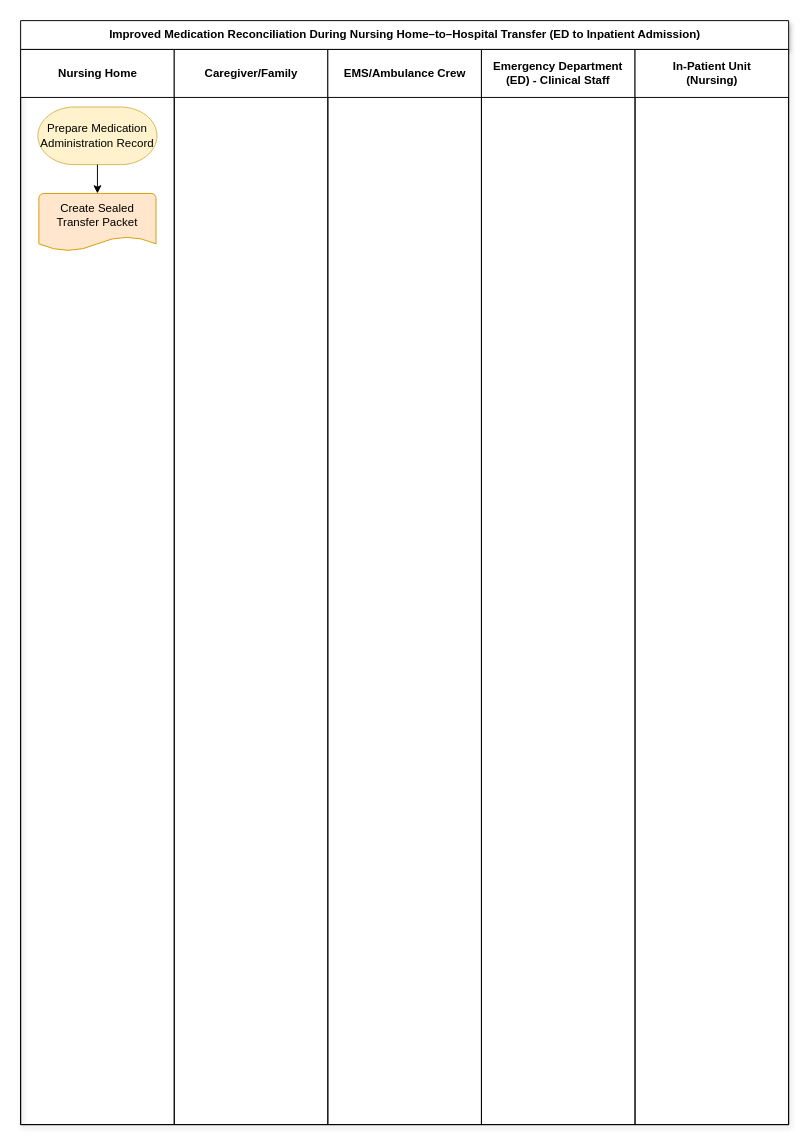
This is Improved Process Chart.drawio from melmirasol/Case-Problem-6.2, a draw.io file, before an edit. Source tidied: cells renumbered, new cells numbered last; positions are measured from the earlier drawing's top-left corner, leaving out a move shared by most shapes. Both pictures are drawn from the tidied source at 96%, with x=0, y=0 at pixel (20, 20).
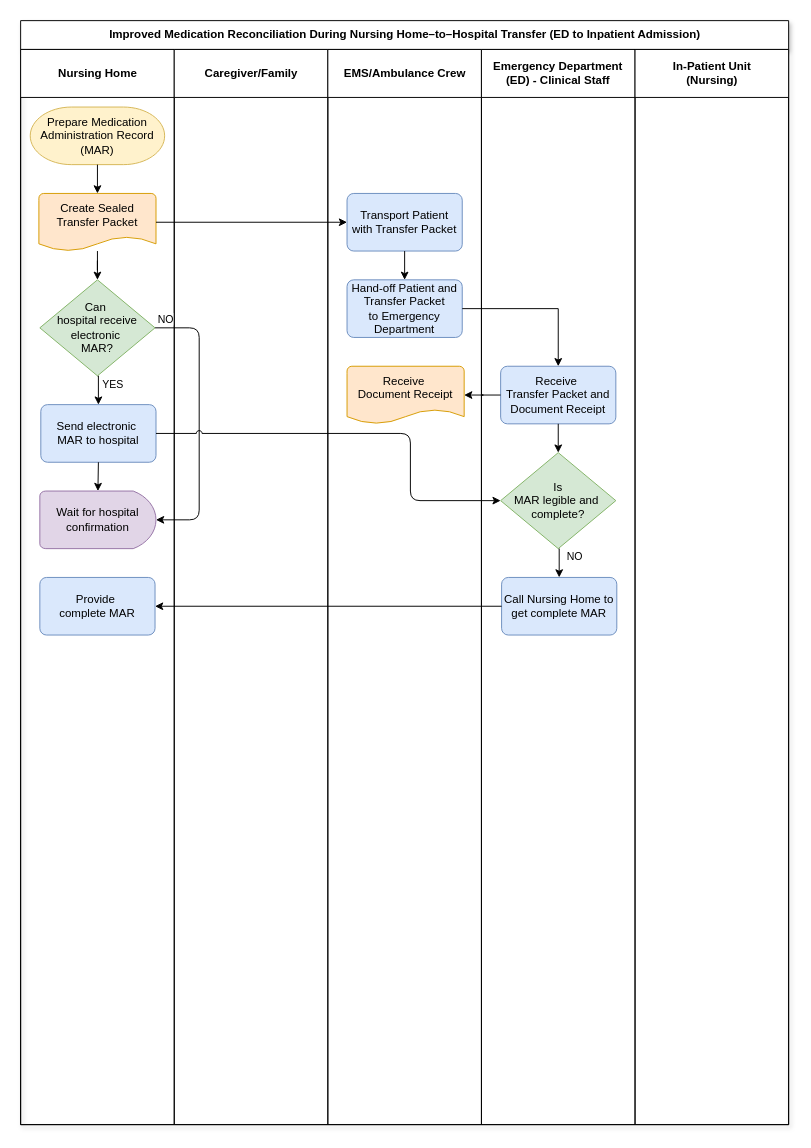
The same page after the edit.

The change refers to these unchanged cells:
```xml
<mxCell id="2" value="Improved Medication Reconciliation During Nursing Home–to–Hospital Transfer (ED to Inpatient Admission)" style="swimlane;startSize=30;html=1;shadow=1;" parent="1" vertex="1">
  <mxGeometry width="800" height="1150" as="geometry" />
</mxCell>
<mxCell id="3" value="Nursing Home" style="swimlane;startSize=50;html=1;" parent="2" vertex="1">
  <mxGeometry y="30" width="160" height="1120" as="geometry" />
</mxCell>
<mxCell id="5" value="Create Sealed Transfer Packet&lt;div&gt;&lt;br&gt;&lt;/div&gt;" style="strokeWidth=1;html=1;shape=mxgraph.flowchart.document2;whiteSpace=wrap;size=0.25;fillColor=#ffe6cc;strokeColor=#d79b00;" parent="3" vertex="1">
  <mxGeometry x="19" y="150" width="122" height="60" as="geometry" />
</mxCell>
<mxCell id="8" value="EMS/Ambulance Crew" style="swimlane;startSize=50;html=1;" parent="2" vertex="1">
  <mxGeometry x="320" y="30" width="160" height="1120" as="geometry" />
</mxCell>
<mxCell id="9" value="Emergency Department (ED) -&amp;nbsp;&lt;span style=&quot;background-color: transparent; color: light-dark(rgb(0, 0, 0), rgb(255, 255, 255));&quot;&gt;Clinical&amp;nbsp;Staff&lt;/span&gt;" style="swimlane;startSize=50;html=1;whiteSpace=wrap;" parent="2" vertex="1">
  <mxGeometry x="480" y="30" width="160" height="1120" as="geometry" />
</mxCell>
```

What changed in the source:
```diff
@@
-    <mxCell id="4" value="Prepare&amp;nbsp;&lt;span style=&quot;background-color: transparent; color: light-dark(rgb(0, 0, 0), rgb(255, 255, 255));&quot;&gt;Medication Administration&amp;nbsp;&lt;/span&gt;&lt;span style=&quot;background-color: transparent; color: light-dark(rgb(0, 0, 0), rgb(255, 255, 255));&quot;&gt;Record&lt;/span&gt;" style="strokeWidth=1;html=1;shape=mxgraph.flowchart.terminator;whiteSpace=wrap;fillColor=#fff2cc;strokeColor=#d6b656;" parent="3" vertex="1">
-      <mxGeometry x="18" y="60" width="124" height="60" as="geometry" />
+    <mxCell id="4" value="Prepare Medication&lt;div&gt;Administration Record&lt;/div&gt;&lt;div&gt;(MAR)&lt;/div&gt;" style="strokeWidth=1;html=1;shape=mxgraph.flowchart.terminator;whiteSpace=wrap;fillColor=#fff2cc;strokeColor=#d6b656;" parent="3" vertex="1">
+      <mxGeometry x="10" y="60" width="140" height="60" as="geometry" />
     </mxCell>
+    <mxCell id="11" style="edgeStyle=orthogonalEdgeStyle;rounded=0;jettySize=auto;html=1;entryX=0.5;entryY=0;entryDx=0;entryDy=0;entryPerimeter=0;" parent="3" edge="1" source="5" target="14">
+      <mxGeometry relative="1" as="geometry" />
+    </mxCell>
@@
+    <mxCell id="12" style="edgeStyle=orthogonalEdgeStyle;rounded=0;jettySize=auto;html=1;exitX=0.5;exitY=1;exitDx=0;exitDy=0;exitPerimeter=0;entryX=0.5;entryY=0;entryDx=0;entryDy=0;" parent="3" edge="1" source="14" target="15">
+      <mxGeometry relative="1" as="geometry" />
+    </mxCell>
+    <mxCell id="13" value="YES" style="edgeLabel;html=1;align=center;verticalAlign=middle;" parent="12" vertex="1">
+      <mxGeometry x="-0.44" y="-1" relative="1" as="geometry">
+        <mxPoint x="15" as="offset" />
+      </mxGeometry>
+    </mxCell>
+    <mxCell id="14" value="Can&amp;nbsp;&lt;div&gt;hospital receive electronic&amp;nbsp;&lt;/div&gt;&lt;div&gt;MAR?&lt;/div&gt;" style="strokeWidth=1;html=1;shape=mxgraph.flowchart.decision;whiteSpace=wrap;fillColor=#d5e8d4;strokeColor=#82b366;" parent="3" vertex="1">
+      <mxGeometry x="20" y="240" width="120" height="100" as="geometry" />
+    </mxCell>
+    <mxCell id="15" value="Send electronic&amp;nbsp;&lt;div&gt;MAR&amp;nbsp;&lt;span style=&quot;background-color: transparent; color: light-dark(rgb(0, 0, 0), rgb(255, 255, 255));&quot;&gt;to hospital&lt;/span&gt;&lt;/div&gt;" style="rounded=1;whiteSpace=wrap;html=1;absoluteArcSize=1;arcSize=14;strokeWidth=1;fillColor=#dae8fc;strokeColor=#6c8ebf;" parent="3" vertex="1">
+      <mxGeometry x="21" y="370" width="120" height="60" as="geometry" />
+    </mxCell>
+    <mxCell id="16" value="Wait for hospital confirmation" style="strokeWidth=1;html=1;shape=mxgraph.flowchart.delay;whiteSpace=wrap;fillColor=#e1d5e7;strokeColor=#9673a6;" parent="3" vertex="1">
+      <mxGeometry x="20" y="460" width="121" height="60" as="geometry" />
+    </mxCell>
+    <mxCell id="17" style="edgeStyle=orthogonalEdgeStyle;rounded=0;jettySize=auto;html=1;exitX=0.5;exitY=1;exitDx=0;exitDy=0;entryX=0.5;entryY=0;entryDx=0;entryDy=0;entryPerimeter=0;" parent="3" edge="1" source="15" target="16">
+      <mxGeometry relative="1" as="geometry" />
+    </mxCell>
+    <mxCell id="18" style="edgeStyle=orthogonalEdgeStyle;rounded=1;jettySize=auto;html=1;exitX=1;exitY=0.5;exitDx=0;exitDy=0;exitPerimeter=0;entryX=1;entryY=0.5;entryDx=0;entryDy=0;entryPerimeter=0;curved=0;" parent="3" edge="1" source="14" target="16">
+      <mxGeometry relative="1" as="geometry">
+        <Array as="points">
+          <mxPoint x="186" y="290" />
+          <mxPoint x="186" y="490" />
+        </Array>
+      </mxGeometry>
+    </mxCell>
+    <mxCell id="19" value="NO" style="edgeLabel;html=1;align=center;verticalAlign=middle;" parent="18" vertex="1">
+      <mxGeometry x="-0.82" y="-2" relative="1" as="geometry">
+        <mxPoint x="-16" y="-12" as="offset" />
+      </mxGeometry>
+    </mxCell>
+    <mxCell id="20" value="Provide&amp;nbsp;&lt;div&gt;complete MAR&lt;/div&gt;" style="rounded=1;whiteSpace=wrap;html=1;absoluteArcSize=1;arcSize=14;strokeWidth=1;fillColor=#dae8fc;strokeColor=#6c8ebf;" parent="3" vertex="1">
+      <mxGeometry x="20" y="550" width="120" height="60" as="geometry" />
+    </mxCell>
@@
+    <mxCell id="21" value="Transport Patient&lt;div&gt;with Transfer Packet&lt;/div&gt;" style="rounded=1;whiteSpace=wrap;html=1;absoluteArcSize=1;arcSize=14;strokeWidth=1;fillColor=#dae8fc;strokeColor=#6c8ebf;" parent="8" vertex="1">
+      <mxGeometry x="20" y="150" width="120" height="60" as="geometry" />
+    </mxCell>
+    <mxCell id="22" value="Hand-off Patient and Transfer Packet&lt;div&gt;to Emergency Department&lt;/div&gt;" style="rounded=1;whiteSpace=wrap;html=1;absoluteArcSize=1;arcSize=14;strokeWidth=1;fillColor=#dae8fc;strokeColor=#6c8ebf;" parent="8" vertex="1">
+      <mxGeometry x="20" y="240" width="120" height="60" as="geometry" />
+    </mxCell>
+    <mxCell id="23" style="edgeStyle=orthogonalEdgeStyle;rounded=0;jettySize=auto;html=1;exitX=0.5;exitY=1;exitDx=0;exitDy=0;entryX=0.5;entryY=0;entryDx=0;entryDy=0;" parent="8" edge="1" source="21" target="22">
+      <mxGeometry relative="1" as="geometry" />
+    </mxCell>
@@
+    <mxCell id="24" value="&lt;div&gt;&lt;span style=&quot;background-color: transparent; color: light-dark(rgb(0, 0, 0), rgb(255, 255, 255));&quot;&gt;Receive&amp;nbsp;&lt;/span&gt;&lt;/div&gt;&lt;div&gt;&lt;span style=&quot;background-color: transparent; color: light-dark(rgb(0, 0, 0), rgb(255, 255, 255));&quot;&gt;Document&amp;nbsp;&lt;/span&gt;&lt;span style=&quot;background-color: transparent; color: light-dark(rgb(0, 0, 0), rgb(255, 255, 255));&quot;&gt;Receipt&lt;/span&gt;&lt;/div&gt;&lt;div&gt;&lt;span style=&quot;color: light-dark(rgb(0, 0, 0), rgb(255, 255, 255)); background-color: transparent;&quot;&gt;&lt;br&gt;&lt;/span&gt;&lt;/div&gt;" style="strokeWidth=1;html=1;shape=mxgraph.flowchart.document2;whiteSpace=wrap;size=0.25;fillColor=#ffe6cc;strokeColor=#d79b00;" parent="9" vertex="1">
+      <mxGeometry x="-140" y="330" width="122" height="60" as="geometry" />
+    </mxCell>
+    <mxCell id="25" value="Receive&amp;nbsp;&lt;div&gt;&lt;span style=&quot;background-color: transparent; color: light-dark(rgb(0, 0, 0), rgb(255, 255, 255));&quot;&gt;Transfer Packet and Document Receipt&lt;/span&gt;&lt;/div&gt;" style="rounded=1;whiteSpace=wrap;html=1;absoluteArcSize=1;arcSize=14;strokeWidth=1;fillColor=#dae8fc;strokeColor=#6c8ebf;" parent="9" vertex="1">
+      <mxGeometry x="20" y="330" width="120" height="60" as="geometry" />
+    </mxCell>
+    <mxCell id="26" style="edgeStyle=orthogonalEdgeStyle;rounded=0;jettySize=auto;html=1;exitX=0.5;exitY=1;exitDx=0;exitDy=0;exitPerimeter=0;entryX=0.5;entryY=0;entryDx=0;entryDy=0;" parent="9" edge="1" source="28" target="30">
+      <mxGeometry relative="1" as="geometry" />
+    </mxCell>
+    <mxCell id="27" value="NO" style="edgeLabel;html=1;align=center;verticalAlign=middle;" parent="26" vertex="1">
+      <mxGeometry x="-0.48" y="-1" relative="1" as="geometry">
+        <mxPoint x="16" as="offset" />
+      </mxGeometry>
+    </mxCell>
+    <mxCell id="28" value="Is&lt;div&gt;MAR legible&amp;nbsp;&lt;span style=&quot;background-color: transparent; color: light-dark(rgb(0, 0, 0), rgb(255, 255, 255));&quot;&gt;and&amp;nbsp;&lt;/span&gt;&lt;/div&gt;&lt;div&gt;&lt;span style=&quot;background-color: transparent; color: light-dark(rgb(0, 0, 0), rgb(255, 255, 255));&quot;&gt;complete?&lt;/span&gt;&lt;/div&gt;" style="strokeWidth=1;html=1;shape=mxgraph.flowchart.decision;whiteSpace=wrap;fillColor=#d5e8d4;strokeColor=#82b366;" parent="9" vertex="1">
+      <mxGeometry x="20" y="420" width="120" height="100" as="geometry" />
+    </mxCell>
+    <mxCell id="29" style="edgeStyle=orthogonalEdgeStyle;rounded=0;jettySize=auto;html=1;exitX=0.5;exitY=1;exitDx=0;exitDy=0;entryX=0.5;entryY=0;entryDx=0;entryDy=0;entryPerimeter=0;" parent="9" edge="1" source="25" target="28">
+      <mxGeometry relative="1" as="geometry" />
+    </mxCell>
+    <mxCell id="30" value="Call Nursing Home to get complete MAR" style="rounded=1;whiteSpace=wrap;html=1;absoluteArcSize=1;arcSize=14;strokeWidth=1;fillColor=#dae8fc;strokeColor=#6c8ebf;" parent="9" vertex="1">
+      <mxGeometry x="21" y="550" width="120" height="60" as="geometry" />
+    </mxCell>
+    <mxCell id="31" style="edgeStyle=orthogonalEdgeStyle;rounded=0;jettySize=auto;html=1;exitX=0;exitY=0.5;exitDx=0;exitDy=0;" parent="9" edge="1" source="25" target="24">
+      <mxGeometry relative="1" as="geometry" />
+    </mxCell>
@@
+    <mxCell id="32" style="edgeStyle=orthogonalEdgeStyle;rounded=0;jettySize=auto;html=1;exitX=1;exitY=0.5;exitDx=0;exitDy=0;exitPerimeter=0;entryX=0;entryY=0.5;entryDx=0;entryDy=0;" parent="2" edge="1" source="5" target="21">
+      <mxGeometry relative="1" as="geometry" />
+    </mxCell>
+    <mxCell id="33" style="edgeStyle=orthogonalEdgeStyle;rounded=0;jettySize=auto;html=1;exitX=1;exitY=0.5;exitDx=0;exitDy=0;entryX=0.5;entryY=0;entryDx=0;entryDy=0;" parent="2" edge="1" source="22" target="25">
+      <mxGeometry relative="1" as="geometry" />
+    </mxCell>
+    <mxCell id="34" style="edgeStyle=orthogonalEdgeStyle;rounded=1;jettySize=auto;html=1;exitX=1;exitY=0.5;exitDx=0;exitDy=0;entryX=0;entryY=0.5;entryDx=0;entryDy=0;entryPerimeter=0;curved=0;jumpStyle=arc;" parent="2" edge="1" source="15" target="28">
+      <mxGeometry relative="1" as="geometry">
+        <Array as="points">
+          <mxPoint x="406" y="430" />
+          <mxPoint x="406" y="500" />
+        </Array>
+      </mxGeometry>
+    </mxCell>
+    <mxCell id="35" style="edgeStyle=orthogonalEdgeStyle;rounded=0;jettySize=auto;html=1;exitX=0;exitY=0.5;exitDx=0;exitDy=0;entryX=1;entryY=0.5;entryDx=0;entryDy=0;" parent="2" edge="1" source="30" target="20">
+      <mxGeometry relative="1" as="geometry" />
+    </mxCell>
```
